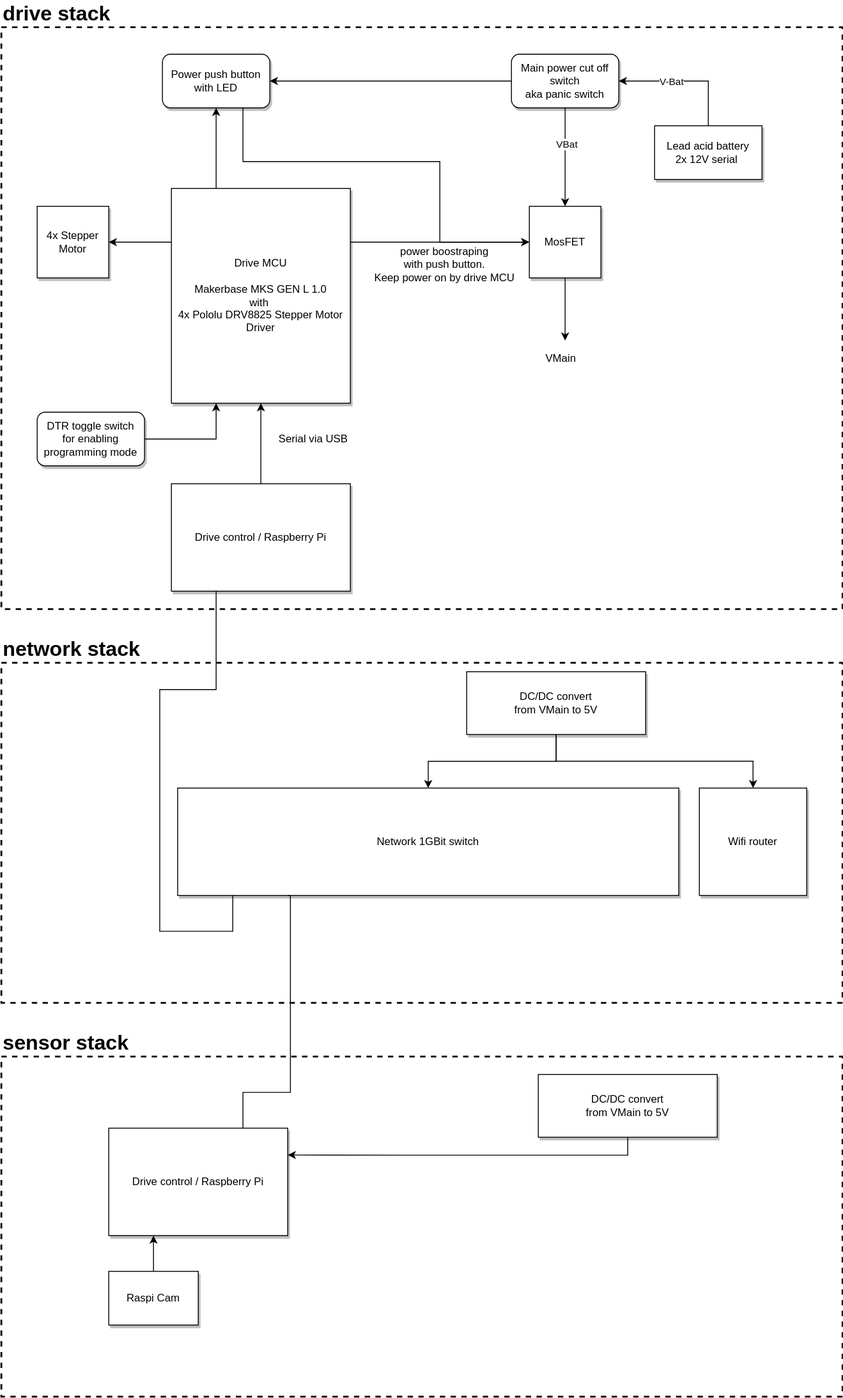
Above: doc/wiki_images/overview.drawio.svg in hackffm/SpaceShuttle (draw.io), before the change. Source tidied: cells renumbered, new cells last; positions are measured from the earlier drawing's top-left corner, leaving out a move shared by most shapes. Its diagram source:
```xml
<mxGraphModel>
  <root>
    <mxCell id="0" style="html=1;" />
    <mxCell id="1" style="html=1;" parent="0" />
    <mxCell id="2" style="rounded=0;whiteSpace=wrap;html=1;shadow=0;fillColor=none;dashed=1;strokeWidth=2;" parent="1" vertex="1">
      <mxGeometry y="740" width="940" height="380" as="geometry" />
    </mxCell>
    <mxCell id="3" value="Network 1GBit switch" style="rounded=0;whiteSpace=wrap;html=1;shadow=1;points=[[0.11,1,0,0,0],[0.22,1,0,0,0],[0.25,0,0,0,0],[0.33,1,0,0,0],[0.44,1,0,0,0],[0.5,0,0,0,0],[0.56,1,0,0,0],[0.67,1,0,0,0],[0.75,0,0,0,0],[0.78,1,0,0,0],[0.89,1,0,0,0]];" parent="2" vertex="1">
      <mxGeometry x="197" y="140" width="560" height="120" as="geometry" />
    </mxCell>
    <mxCell id="4" style="edgeStyle=orthogonalEdgeStyle;rounded=0;jettySize=auto;html=1;exitX=0.5;exitY=1;exitDx=0;exitDy=0;entryX=0.5;entryY=0;entryDx=0;entryDy=0;entryPerimeter=0;fontSize=12;" parent="2" edge="1" source="6" target="3">
      <mxGeometry relative="1" as="geometry" />
    </mxCell>
    <mxCell id="5" style="edgeStyle=orthogonalEdgeStyle;rounded=0;jettySize=auto;html=1;exitX=0.5;exitY=1;exitDx=0;exitDy=0;fontSize=12;" parent="2" edge="1" source="6" target="7">
      <mxGeometry relative="1" as="geometry">
        <Array as="points">
          <mxPoint x="620" y="110" />
          <mxPoint x="840" y="110" />
        </Array>
      </mxGeometry>
    </mxCell>
    <mxCell id="6" value="DC/DC convert &lt;br&gt;from VMain to 5V" style="rounded=0;whiteSpace=wrap;html=1;shadow=1;" parent="2" vertex="1">
      <mxGeometry x="520" y="10" width="200" height="70.2" as="geometry" />
    </mxCell>
    <mxCell id="7" value="Wifi router" style="rounded=0;whiteSpace=wrap;html=1;shadow=1;glass=0;fontSize=12;strokeColor=default;strokeWidth=1;fillColor=default;" parent="2" vertex="1">
      <mxGeometry x="780" y="140" width="120" height="120" as="geometry" />
    </mxCell>
    <mxCell id="8" value="drive stack" style="text;html=1;align=left;verticalAlign=middle;strokeColor=none;fillColor=none;fontStyle=1;fontSize=23;" parent="1" vertex="1">
      <mxGeometry width="140" height="30" as="geometry" />
    </mxCell>
    <mxCell id="9" value="network stack" style="text;html=1;align=left;verticalAlign=middle;strokeColor=none;fillColor=none;fontStyle=1;fontSize=23;" parent="1" vertex="1">
      <mxGeometry y="710" width="170" height="30" as="geometry" />
    </mxCell>
    <mxCell id="10" style="group;" parent="1" vertex="1">
      <mxGeometry y="30" width="940" height="650" as="geometry" />
    </mxCell>
    <mxCell id="11" style="rounded=0;whiteSpace=wrap;html=1;shadow=0;fillColor=none;dashed=1;strokeWidth=2;" parent="10" vertex="1">
      <mxGeometry width="940" height="650" as="geometry" />
    </mxCell>
    <mxCell id="12" value="Power push button with LED" style="rounded=1;whiteSpace=wrap;html=1;shadow=1;" parent="11" vertex="1">
      <mxGeometry x="180" y="30" width="120" height="60" as="geometry" />
    </mxCell>
    <mxCell id="13" style="edgeStyle=orthogonalEdgeStyle;rounded=0;jettySize=auto;html=1;exitX=0.25;exitY=0;exitDx=0;exitDy=0;entryX=0.5;entryY=1;entryDx=0;entryDy=0;" parent="11" edge="1" source="14" target="12">
      <mxGeometry relative="1" as="geometry" />
    </mxCell>
    <mxCell id="14" value="Drive MCU&lt;br&gt;&lt;br&gt;Makerbase MKS GEN L 1.0&lt;br&gt;with&amp;nbsp;&lt;br&gt;4x Pololu DRV8825 Stepper Motor Driver" style="rounded=0;whiteSpace=wrap;html=1;shadow=1;" parent="11" vertex="1">
      <mxGeometry x="190" y="180" width="200" height="240" as="geometry" />
    </mxCell>
    <mxCell id="15" value="4x Stepper Motor" style="whiteSpace=wrap;html=1;shadow=1;" parent="11" vertex="1">
      <mxGeometry x="40" y="200" width="80" height="80" as="geometry" />
    </mxCell>
    <mxCell id="16" style="edgeStyle=orthogonalEdgeStyle;rounded=0;jettySize=auto;html=1;exitX=0;exitY=0.25;exitDx=0;exitDy=0;" parent="11" edge="1" source="14" target="15">
      <mxGeometry relative="1" as="geometry" />
    </mxCell>
    <mxCell id="17" style="edgeStyle=orthogonalEdgeStyle;rounded=0;jettySize=auto;html=1;exitX=0;exitY=0.5;exitDx=0;exitDy=0;entryX=1;entryY=0.5;entryDx=0;entryDy=0;" parent="11" edge="1" source="18" target="12">
      <mxGeometry relative="1" as="geometry" />
    </mxCell>
    <mxCell id="18" value="Main power cut off switch&lt;br&gt;aka panic switch" style="rounded=1;whiteSpace=wrap;html=1;shadow=1;" parent="11" vertex="1">
      <mxGeometry x="570" y="30" width="120" height="60" as="geometry" />
    </mxCell>
    <mxCell id="19" style="edgeStyle=orthogonalEdgeStyle;rounded=0;jettySize=auto;html=1;exitX=0.5;exitY=0;exitDx=0;exitDy=0;entryX=1;entryY=0.5;entryDx=0;entryDy=0;" parent="11" edge="1" source="21" target="18">
      <mxGeometry relative="1" as="geometry" />
    </mxCell>
    <mxCell id="20" value="V-Bat" style="edgeLabel;html=1;align=center;verticalAlign=middle;" parent="19" vertex="1">
      <mxGeometry x="-0.23" relative="1" as="geometry">
        <mxPoint x="-34" as="offset" />
      </mxGeometry>
    </mxCell>
    <mxCell id="21" value="Lead acid battery&lt;br&gt;2x 12V serial&amp;nbsp;" style="rounded=0;whiteSpace=wrap;html=1;shadow=1;" parent="11" vertex="1">
      <mxGeometry x="730" y="110" width="120" height="60" as="geometry" />
    </mxCell>
    <mxCell id="22" style="edgeStyle=orthogonalEdgeStyle;rounded=0;jettySize=auto;html=1;exitX=0.5;exitY=1;exitDx=0;exitDy=0;fontSize=23;" parent="11" edge="1" source="23">
      <mxGeometry relative="1" as="geometry">
        <mxPoint x="630" y="350" as="targetPoint" />
      </mxGeometry>
    </mxCell>
    <mxCell id="23" value="MosFET" style="whiteSpace=wrap;html=1;shadow=1;" parent="11" vertex="1">
      <mxGeometry x="590" y="200" width="80" height="80" as="geometry" />
    </mxCell>
    <mxCell id="24" style="edgeStyle=orthogonalEdgeStyle;rounded=0;jettySize=auto;html=1;entryX=0;entryY=0.5;entryDx=0;entryDy=0;exitX=0.75;exitY=1;exitDx=0;exitDy=0;" parent="11" edge="1" source="12" target="23">
      <mxGeometry relative="1" as="geometry">
        <Array as="points">
          <mxPoint x="270" y="150" />
          <mxPoint x="490" y="150" />
          <mxPoint x="490" y="240" />
        </Array>
      </mxGeometry>
    </mxCell>
    <mxCell id="25" style="edgeStyle=orthogonalEdgeStyle;rounded=0;jettySize=auto;html=1;exitX=1;exitY=0.25;exitDx=0;exitDy=0;entryX=0;entryY=0.5;entryDx=0;entryDy=0;" parent="11" edge="1" source="14" target="23">
      <mxGeometry relative="1" as="geometry" />
    </mxCell>
    <mxCell id="26" style="edgeStyle=orthogonalEdgeStyle;rounded=0;jettySize=auto;html=1;exitX=0.5;exitY=1;exitDx=0;exitDy=0;" parent="11" edge="1" source="18" target="23">
      <mxGeometry relative="1" as="geometry" />
    </mxCell>
    <mxCell id="27" value="VBat" style="edgeLabel;html=1;align=center;verticalAlign=middle;" parent="26" vertex="1">
      <mxGeometry x="-0.27" y="1" relative="1" as="geometry" />
    </mxCell>
    <mxCell id="28" style="edgeStyle=orthogonalEdgeStyle;rounded=0;jettySize=auto;html=1;exitX=0.5;exitY=0;exitDx=0;exitDy=0;" parent="11" edge="1" source="29" target="14">
      <mxGeometry relative="1" as="geometry">
        <Array as="points">
          <mxPoint x="290" y="490" />
          <mxPoint x="290" y="490" />
        </Array>
      </mxGeometry>
    </mxCell>
    <mxCell id="29" value="Drive control / Raspberry Pi" style="rounded=0;whiteSpace=wrap;html=1;shadow=1;" parent="11" vertex="1">
      <mxGeometry x="190" y="510" width="200" height="120" as="geometry" />
    </mxCell>
    <mxCell id="30" value="Serial via USB&amp;nbsp;" style="text;html=1;align=center;verticalAlign=middle;strokeColor=none;fillColor=none;" parent="11" vertex="1">
      <mxGeometry x="300" y="450" width="100" height="20" as="geometry" />
    </mxCell>
    <mxCell id="31" value="power boostraping &lt;br&gt;with push button.&lt;br&gt;Keep power on by drive MCU" style="text;html=1;align=center;verticalAlign=middle;strokeColor=none;fillColor=none;" parent="11" vertex="1">
      <mxGeometry x="410" y="240" width="170" height="50" as="geometry" />
    </mxCell>
    <mxCell id="32" style="edgeStyle=orthogonalEdgeStyle;rounded=0;jettySize=auto;html=1;exitX=1;exitY=0.5;exitDx=0;exitDy=0;entryX=0.25;entryY=1;entryDx=0;entryDy=0;" parent="11" edge="1" source="33" target="14">
      <mxGeometry relative="1" as="geometry" />
    </mxCell>
    <mxCell id="33" value="DTR toggle switch&lt;br&gt;for enabling programming mode" style="rounded=1;whiteSpace=wrap;html=1;shadow=1;" parent="11" vertex="1">
      <mxGeometry x="40" y="430" width="120" height="60" as="geometry" />
    </mxCell>
    <mxCell id="34" value="VMain" style="text;html=1;align=center;verticalAlign=middle;strokeColor=none;fillColor=none;fontSize=12;" parent="11" vertex="1">
      <mxGeometry x="600" y="360" width="50" height="20" as="geometry" />
    </mxCell>
    <mxCell id="35" style="rounded=0;whiteSpace=wrap;html=1;shadow=0;fillColor=none;dashed=1;strokeWidth=2;" parent="1" vertex="1">
      <mxGeometry y="1180" width="940" height="380" as="geometry" />
    </mxCell>
    <mxCell id="36" style="edgeStyle=orthogonalEdgeStyle;rounded=0;jettySize=auto;html=1;exitX=0.5;exitY=1;exitDx=0;exitDy=0;entryX=1;entryY=0.25;entryDx=0;entryDy=0;fontSize=12;" parent="35" edge="1" source="37" target="38">
      <mxGeometry relative="1" as="geometry" />
    </mxCell>
    <mxCell id="37" value="DC/DC convert &lt;br&gt;from VMain to 5V" style="rounded=0;whiteSpace=wrap;html=1;shadow=1;" parent="35" vertex="1">
      <mxGeometry x="600" y="20" width="200" height="70.2" as="geometry" />
    </mxCell>
    <mxCell id="38" value="Drive control / Raspberry Pi" style="rounded=0;whiteSpace=wrap;html=1;shadow=1;" parent="35" vertex="1">
      <mxGeometry x="120" y="80" width="200" height="120" as="geometry" />
    </mxCell>
    <mxCell id="39" style="edgeStyle=orthogonalEdgeStyle;rounded=0;jettySize=auto;html=1;exitX=0.5;exitY=0;exitDx=0;exitDy=0;entryX=0.25;entryY=1;entryDx=0;entryDy=0;fontSize=12;" parent="35" edge="1" source="40" target="38">
      <mxGeometry relative="1" as="geometry" />
    </mxCell>
    <mxCell id="40" value="Raspi Cam" style="rounded=0;whiteSpace=wrap;html=1;shadow=1;fontSize=12;strokeWidth=1;fillColor=default;strokeColor=default;glass=0;" parent="35" vertex="1">
      <mxGeometry x="120" y="240" width="100" height="60" as="geometry" />
    </mxCell>
    <mxCell id="41" value="sensor stack" style="text;html=1;align=left;verticalAlign=middle;strokeColor=none;fillColor=none;fontStyle=1;fontSize=23;" parent="1" vertex="1">
      <mxGeometry y="1150" width="160" height="30" as="geometry" />
    </mxCell>
    <mxCell id="42" style="edgeStyle=orthogonalEdgeStyle;rounded=0;jettySize=auto;html=1;exitX=0.22;exitY=1;exitDx=0;exitDy=0;exitPerimeter=0;entryX=0.75;entryY=0;entryDx=0;entryDy=0;fontSize=12;endArrow=none;endFill=0;" parent="1" edge="1" source="3" target="38">
      <mxGeometry relative="1" as="geometry">
        <Array as="points">
          <mxPoint x="323" y="1220" />
          <mxPoint x="270" y="1220" />
        </Array>
      </mxGeometry>
    </mxCell>
    <mxCell id="43" style="edgeStyle=orthogonalEdgeStyle;rounded=0;jettySize=auto;html=1;exitX=0.25;exitY=1;exitDx=0;exitDy=0;entryX=0.11;entryY=1;entryDx=0;entryDy=0;entryPerimeter=0;fontSize=12;endArrow=none;endFill=0;" parent="1" edge="1" source="29" target="3">
      <mxGeometry relative="1" as="geometry">
        <Array as="points">
          <mxPoint x="240" y="770" />
          <mxPoint x="177" y="770" />
          <mxPoint x="177" y="1040" />
          <mxPoint x="259" y="1040" />
        </Array>
      </mxGeometry>
    </mxCell>
  </root>
</mxGraphModel>
```
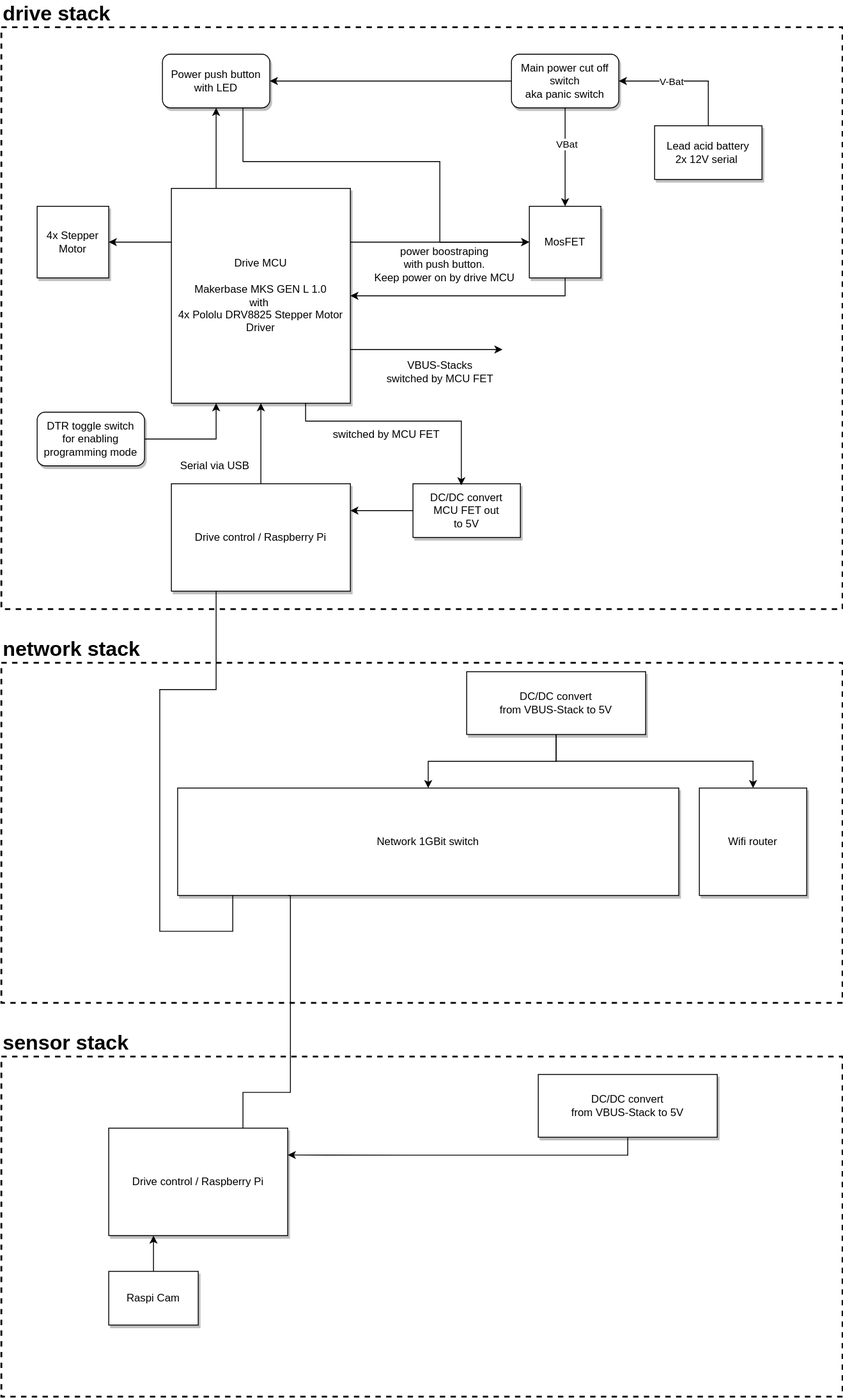
The same file after the commit.

What changed in the source:
```diff
@@ -19,7 +19,7 @@
         </Array>
       </mxGeometry>
     </mxCell>
-    <mxCell id="6" value="DC/DC convert &lt;br&gt;from VMain to 5V" style="rounded=0;whiteSpace=wrap;html=1;shadow=1;" parent="2" vertex="1">
+    <mxCell id="6" value="DC/DC convert &lt;br&gt;from VBUS-Stack to 5V" style="rounded=0;whiteSpace=wrap;html=1;shadow=1;" parent="2" vertex="1">
       <mxGeometry x="520" y="10" width="200" height="70.2" as="geometry" />
     </mxCell>
     <mxCell id="7" value="Wifi router" style="rounded=0;whiteSpace=wrap;html=1;shadow=1;glass=0;fontSize=12;strokeColor=default;strokeWidth=1;fillColor=default;" parent="2" vertex="1">
@@ -69,9 +69,11 @@
     <mxCell id="21" value="Lead acid battery&lt;br&gt;2x 12V serial&amp;nbsp;" style="rounded=0;whiteSpace=wrap;html=1;shadow=1;" parent="11" vertex="1">
       <mxGeometry x="730" y="110" width="120" height="60" as="geometry" />
     </mxCell>
-    <mxCell id="22" style="edgeStyle=orthogonalEdgeStyle;rounded=0;jettySize=auto;html=1;exitX=0.5;exitY=1;exitDx=0;exitDy=0;fontSize=23;" parent="11" edge="1" source="23">
+    <mxCell id="22" style="edgeStyle=orthogonalEdgeStyle;rounded=0;jettySize=auto;html=1;exitX=0.5;exitY=1;exitDx=0;exitDy=0;fontSize=23;" parent="11" edge="1" source="23" target="14">
       <mxGeometry relative="1" as="geometry">
-        <mxPoint x="630" y="350" as="targetPoint" />
+        <Array as="points">
+          <mxPoint x="630" y="300" />
+        </Array>
       </mxGeometry>
     </mxCell>
     <mxCell id="23" value="MosFET" style="whiteSpace=wrap;html=1;shadow=1;" parent="11" vertex="1">
@@ -106,9 +108,6 @@
     <mxCell id="29" value="Drive control / Raspberry Pi" style="rounded=0;whiteSpace=wrap;html=1;shadow=1;" parent="11" vertex="1">
       <mxGeometry x="190" y="510" width="200" height="120" as="geometry" />
     </mxCell>
-    <mxCell id="30" value="Serial via USB&amp;nbsp;" style="text;html=1;align=center;verticalAlign=middle;strokeColor=none;fillColor=none;" parent="11" vertex="1">
-      <mxGeometry x="300" y="450" width="100" height="20" as="geometry" />
-    </mxCell>
     <mxCell id="31" value="power boostraping &lt;br&gt;with push button.&lt;br&gt;Keep power on by drive MCU" style="text;html=1;align=center;verticalAlign=middle;strokeColor=none;fillColor=none;" parent="11" vertex="1">
       <mxGeometry x="410" y="240" width="170" height="50" as="geometry" />
     </mxCell>
@@ -118,16 +117,36 @@
     <mxCell id="33" value="DTR toggle switch&lt;br&gt;for enabling programming mode" style="rounded=1;whiteSpace=wrap;html=1;shadow=1;" parent="11" vertex="1">
       <mxGeometry x="40" y="430" width="120" height="60" as="geometry" />
     </mxCell>
-    <mxCell id="34" value="VMain" style="text;html=1;align=center;verticalAlign=middle;strokeColor=none;fillColor=none;fontSize=12;" parent="11" vertex="1">
-      <mxGeometry x="600" y="360" width="50" height="20" as="geometry" />
-    </mxCell>
+    <mxCell id="44" style="edgeStyle=orthogonalEdgeStyle;rounded=0;jettySize=auto;html=1;exitX=0;exitY=0.5;exitDx=0;exitDy=0;entryX=1;entryY=0.25;entryDx=0;entryDy=0;" parent="11" edge="1" source="45" target="29">
+      <mxGeometry relative="1" as="geometry" />
+    </mxCell>
+    <mxCell id="45" value="DC/DC convert &lt;br&gt;&lt;div&gt;MCU FET out &lt;br&gt;&lt;/div&gt;&lt;div&gt;to 5V&lt;/div&gt;" style="rounded=0;whiteSpace=wrap;html=1;shadow=1;" parent="11" vertex="1">
+      <mxGeometry x="460" y="510" width="120" height="60" as="geometry" />
+    </mxCell>
+    <mxCell id="46" style="edgeStyle=orthogonalEdgeStyle;rounded=0;jettySize=auto;html=1;exitX=0.75;exitY=1;exitDx=0;exitDy=0;entryX=0.45;entryY=0.029;entryDx=0;entryDy=0;entryPerimeter=0;" parent="11" edge="1" source="14" target="45">
+      <mxGeometry relative="1" as="geometry">
+        <Array as="points">
+          <mxPoint x="340" y="440" />
+          <mxPoint x="514" y="440" />
+        </Array>
+      </mxGeometry>
+    </mxCell>
+    <mxCell id="47" value="&lt;div&gt;VBUS-Stacks&lt;/div&gt;&lt;div&gt;switched by MCU FET&lt;br&gt;&lt;/div&gt;" style="text;html=1;align=center;verticalAlign=middle;strokeColor=none;fillColor=none;" parent="11" vertex="1">
+      <mxGeometry x="425" y="370" width="130" height="30" as="geometry" />
+    </mxCell>
+    <mxCell id="48" value="&lt;div&gt;switched by MCU FET&lt;br&gt;&lt;/div&gt;" style="text;html=1;align=center;verticalAlign=middle;strokeColor=none;fillColor=none;" parent="11" vertex="1">
+      <mxGeometry x="365" y="445" width="130" height="20" as="geometry" />
+    </mxCell>
+    <mxCell id="30" value="Serial via USB&amp;nbsp;" style="text;html=1;align=center;verticalAlign=middle;strokeColor=none;fillColor=none;" parent="10" vertex="1">
+      <mxGeometry x="190" y="480" width="100" height="20" as="geometry" />
+    </mxCell>
     <mxCell id="35" style="rounded=0;whiteSpace=wrap;html=1;shadow=0;fillColor=none;dashed=1;strokeWidth=2;" parent="1" vertex="1">
       <mxGeometry y="1180" width="940" height="380" as="geometry" />
     </mxCell>
     <mxCell id="36" style="edgeStyle=orthogonalEdgeStyle;rounded=0;jettySize=auto;html=1;exitX=0.5;exitY=1;exitDx=0;exitDy=0;entryX=1;entryY=0.25;entryDx=0;entryDy=0;fontSize=12;" parent="35" edge="1" source="37" target="38">
       <mxGeometry relative="1" as="geometry" />
     </mxCell>
-    <mxCell id="37" value="DC/DC convert &lt;br&gt;from VMain to 5V" style="rounded=0;whiteSpace=wrap;html=1;shadow=1;" parent="35" vertex="1">
+    <mxCell id="37" value="DC/DC convert &lt;br&gt;from VBUS-Stack to 5V" style="rounded=0;whiteSpace=wrap;html=1;shadow=1;" parent="35" vertex="1">
       <mxGeometry x="600" y="20" width="200" height="70.2" as="geometry" />
     </mxCell>
     <mxCell id="38" value="Drive control / Raspberry Pi" style="rounded=0;whiteSpace=wrap;html=1;shadow=1;" parent="35" vertex="1">
@@ -160,5 +179,10 @@
         </Array>
       </mxGeometry>
     </mxCell>
+    <mxCell id="49" style="edgeStyle=orthogonalEdgeStyle;rounded=0;jettySize=auto;html=1;exitX=1;exitY=0.75;exitDx=0;exitDy=0;" parent="1" edge="1" source="14">
+      <mxGeometry relative="1" as="geometry">
+        <mxPoint x="560" y="390" as="targetPoint" />
+      </mxGeometry>
+    </mxCell>
   </root>
 </mxGraphModel>
```
